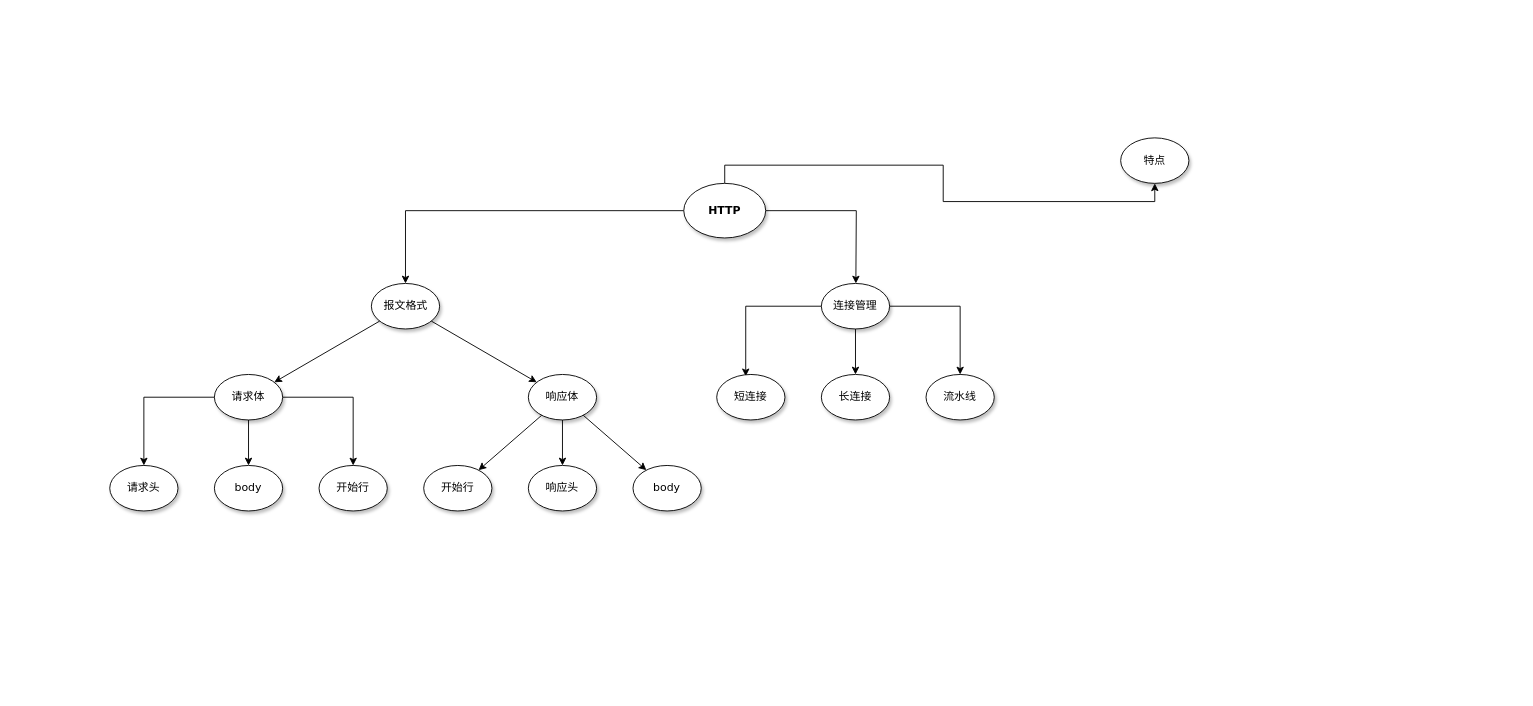
This is frontend/HTTP.drawio from Rockergmail/draw.io, a draw.io file, before an edit. Source tidied: cells renumbered, new cells numbered last; positions are measured from the earlier drawing's top-left corner, leaving out a move shared by most shapes. Both pictures are drawn from the tidied source at 91%, with x=0, y=0 at pixel (109, 137).
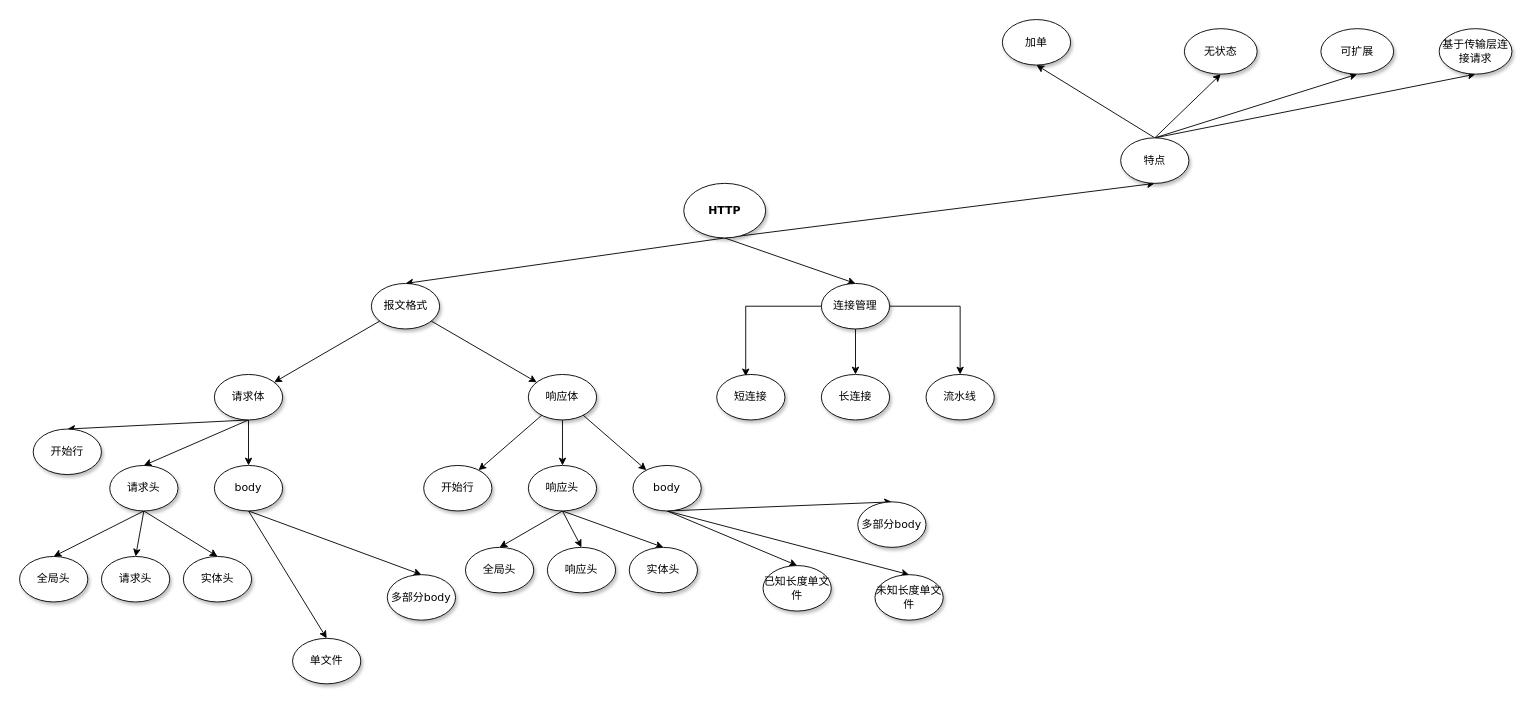
The same diagram, later.

The change refers to these unchanged cells:
```xml
<mxCell id="6" value="HTTP" style="ellipse;whiteSpace=wrap;html=1;rounded=0;shadow=1;comic=0;labelBackgroundColor=none;strokeWidth=1;fontFamily=Verdana;fontSize=12;align=center;fontStyle=1;" parent="1" vertex="1">
  <mxGeometry x="630.9" y="50" width="90" height="60" as="geometry" />
</mxCell>
<mxCell id="9" value="报文格式" style="ellipse;whiteSpace=wrap;html=1;rounded=0;shadow=1;comic=0;labelBackgroundColor=none;strokeWidth=1;fontFamily=Verdana;fontSize=12;align=center;" parent="1" vertex="1">
  <mxGeometry x="287.6" y="160" width="75" height="50" as="geometry" />
</mxCell>
<mxCell id="13" value="请求体" style="ellipse;whiteSpace=wrap;html=1;rounded=0;shadow=1;comic=0;labelBackgroundColor=none;strokeWidth=1;fontFamily=Verdana;fontSize=12;align=center;" parent="1" vertex="1">
  <mxGeometry x="115.1" y="260" width="75" height="50" as="geometry" />
</mxCell>
<mxCell id="14" value="请求头&lt;br&gt;" style="ellipse;whiteSpace=wrap;html=1;rounded=0;shadow=1;comic=0;labelBackgroundColor=none;strokeWidth=1;fontFamily=Verdana;fontSize=12;align=center;" parent="1" vertex="1">
  <mxGeometry x="0.1" y="360" width="75" height="50" as="geometry" />
</mxCell>
<mxCell id="15" value="body" style="ellipse;whiteSpace=wrap;html=1;rounded=0;shadow=1;comic=0;labelBackgroundColor=none;strokeWidth=1;fontFamily=Verdana;fontSize=12;align=center;" parent="1" vertex="1">
  <mxGeometry x="115.1" y="360" width="75" height="50" as="geometry" />
</mxCell>
<mxCell id="21" value="响应头" style="ellipse;whiteSpace=wrap;html=1;rounded=0;shadow=1;comic=0;labelBackgroundColor=none;strokeWidth=1;fontFamily=Verdana;fontSize=12;align=center;" parent="1" vertex="1">
  <mxGeometry x="460.1" y="360" width="75" height="50" as="geometry" />
</mxCell>
<mxCell id="22" value="body" style="ellipse;whiteSpace=wrap;html=1;rounded=0;shadow=1;comic=0;labelBackgroundColor=none;strokeWidth=1;fontFamily=Verdana;fontSize=12;align=center;" parent="1" vertex="1">
  <mxGeometry x="575.1" y="360" width="75" height="50" as="geometry" />
</mxCell>
<mxCell id="28" value="连接管理" style="ellipse;whiteSpace=wrap;html=1;rounded=0;shadow=1;comic=0;labelBackgroundColor=none;strokeWidth=1;fontFamily=Verdana;fontSize=12;align=center;" parent="1" vertex="1">
  <mxGeometry x="782.1" y="160" width="75" height="50" as="geometry" />
</mxCell>
<mxCell id="29" value="特点" style="ellipse;whiteSpace=wrap;html=1;rounded=0;shadow=1;comic=0;labelBackgroundColor=none;strokeWidth=1;fontFamily=Verdana;fontSize=12;align=center;" parent="1" vertex="1">
  <mxGeometry x="1111" width="75" height="50" as="geometry" />
</mxCell>
```

What changed in the source:
```diff
@@
-    <mxCell id="3" style="edgeStyle=orthogonalEdgeStyle;rounded=0;jettySize=auto;html=1;strokeColor=#000000;" parent="1" edge="1" source="6" target="9">
+    <mxCell id="3" style="edgeStyle=none;rounded=0;jettySize=auto;html=1;exitX=0.5;exitY=1;exitDx=0;exitDy=0;entryX=0.5;entryY=0;entryDx=0;entryDy=0;" parent="1" edge="1" source="6" target="9">
       <mxGeometry relative="1" as="geometry" />
     </mxCell>
-    <mxCell id="4" style="edgeStyle=orthogonalEdgeStyle;rounded=0;jettySize=auto;html=1;strokeColor=#000000;" parent="1" edge="1" source="6">
-      <mxGeometry relative="1" as="geometry">
-        <mxPoint x="820" y="160" as="targetPoint" />
-      </mxGeometry>
-    </mxCell>
+    <mxCell id="33" style="edgeStyle=none;rounded=0;jettySize=auto;html=1;exitX=0.5;exitY=1;exitDx=0;exitDy=0;entryX=0.5;entryY=0;entryDx=0;entryDy=0;" parent="1" edge="1" source="6" target="28">
+      <mxGeometry relative="1" as="geometry" />
+    </mxCell>
-    <mxCell id="5" style="edgeStyle=orthogonalEdgeStyle;rounded=0;jettySize=auto;html=1;exitX=0.5;exitY=0;exitDx=0;exitDy=0;entryX=0.5;entryY=1;entryDx=0;entryDy=0;strokeColor=#000000;" parent="1" edge="1" source="6" target="29">
+    <mxCell id="5" style="edgeStyle=none;rounded=0;jettySize=auto;html=1;exitX=0.5;exitY=1;exitDx=0;exitDy=0;entryX=0.5;entryY=1;entryDx=0;entryDy=0;" parent="1" edge="1" source="6" target="29">
       <mxGeometry relative="1" as="geometry" />
     </mxCell>
@@
+    <mxCell id="12" style="edgeStyle=none;rounded=0;jettySize=auto;html=1;exitX=0.5;exitY=1;exitDx=0;exitDy=0;entryX=0.5;entryY=0;entryDx=0;entryDy=0;" parent="1" edge="1" source="13" target="23">
+      <mxGeometry relative="1" as="geometry" />
+    </mxCell>
-    <mxCell id="10" style="edgeStyle=orthogonalEdgeStyle;rounded=0;jettySize=auto;html=1;exitDx=0;exitDy=0;entryDx=0;entryDy=0;strokeColor=#000000;" parent="1" edge="1" source="13" target="14">
+    <mxCell id="10" style="edgeStyle=none;rounded=0;jettySize=auto;html=1;exitX=0.5;exitY=1;exitDx=0;exitDy=0;entryX=0.5;entryY=0;entryDx=0;entryDy=0;" parent="1" edge="1" source="13" target="14">
       <mxGeometry relative="1" as="geometry" />
     </mxCell>
-    <mxCell id="11" style="edgeStyle=orthogonalEdgeStyle;rounded=0;jettySize=auto;html=1;exitDx=0;exitDy=0;entryDx=0;entryDy=0;strokeColor=#000000;" parent="1" edge="1" source="13" target="15">
+    <mxCell id="11" style="edgeStyle=none;rounded=0;jettySize=auto;html=1;exitX=0.5;exitY=1;exitDx=0;exitDy=0;entryX=0.5;entryY=0;entryDx=0;entryDy=0;" parent="1" edge="1" source="13" target="15">
       <mxGeometry relative="1" as="geometry" />
     </mxCell>
-    <mxCell id="12" style="edgeStyle=orthogonalEdgeStyle;rounded=0;jettySize=auto;html=1;exitDx=0;exitDy=0;entryDx=0;entryDy=0;strokeColor=#000000;" parent="1" edge="1" source="13" target="23">
-      <mxGeometry relative="1" as="geometry" />
-    </mxCell>
@@
+    <mxCell id="34" style="edgeStyle=none;rounded=0;jettySize=auto;html=1;exitX=0.5;exitY=1;exitDx=0;exitDy=0;entryX=0.5;entryY=0;entryDx=0;entryDy=0;" parent="1" edge="1" source="14" target="53">
+      <mxGeometry relative="1" as="geometry" />
+    </mxCell>
+    <mxCell id="35" style="edgeStyle=none;rounded=0;jettySize=auto;html=1;exitX=0.5;exitY=1;exitDx=0;exitDy=0;entryX=0.5;entryY=0;entryDx=0;entryDy=0;" parent="1" edge="1" source="14" target="54">
+      <mxGeometry relative="1" as="geometry" />
+    </mxCell>
+    <mxCell id="36" style="edgeStyle=none;rounded=0;jettySize=auto;html=1;exitX=0.5;exitY=1;exitDx=0;exitDy=0;entryX=0.5;entryY=0;entryDx=0;entryDy=0;" parent="1" edge="1" source="14" target="55">
+      <mxGeometry relative="1" as="geometry" />
+    </mxCell>
@@
+    <mxCell id="37" style="edgeStyle=none;rounded=0;jettySize=auto;html=1;exitX=0.5;exitY=1;exitDx=0;exitDy=0;entryX=0.5;entryY=0;entryDx=0;entryDy=0;" parent="1" edge="1" source="15" target="56">
+      <mxGeometry relative="1" as="geometry" />
+    </mxCell>
+    <mxCell id="38" style="edgeStyle=none;rounded=0;jettySize=auto;html=1;exitX=0.5;exitY=1;exitDx=0;exitDy=0;entryX=0.5;entryY=0;entryDx=0;entryDy=0;" parent="1" edge="1" source="15" target="57">
+      <mxGeometry relative="1" as="geometry" />
+    </mxCell>
@@
+    <mxCell id="39" style="edgeStyle=none;rounded=0;jettySize=auto;html=1;exitX=0.5;exitY=1;exitDx=0;exitDy=0;entryX=0.5;entryY=0;entryDx=0;entryDy=0;" parent="1" edge="1" source="21" target="58">
+      <mxGeometry relative="1" as="geometry" />
+    </mxCell>
+    <mxCell id="40" style="edgeStyle=none;rounded=0;jettySize=auto;html=1;exitX=0.5;exitY=1;exitDx=0;exitDy=0;entryX=0.5;entryY=0;entryDx=0;entryDy=0;" parent="1" edge="1" source="21" target="59">
+      <mxGeometry relative="1" as="geometry" />
+    </mxCell>
+    <mxCell id="41" style="edgeStyle=none;rounded=0;jettySize=auto;html=1;exitX=0.5;exitY=1;exitDx=0;exitDy=0;entryX=0.5;entryY=0;entryDx=0;entryDy=0;" parent="1" edge="1" source="21" target="60">
+      <mxGeometry relative="1" as="geometry" />
+    </mxCell>
@@
+    <mxCell id="42" style="edgeStyle=none;rounded=0;jettySize=auto;html=1;exitX=0.5;exitY=1;exitDx=0;exitDy=0;entryX=0.5;entryY=0;entryDx=0;entryDy=0;" parent="1" edge="1" source="22" target="61">
+      <mxGeometry relative="1" as="geometry" />
+    </mxCell>
+    <mxCell id="43" style="edgeStyle=none;rounded=0;jettySize=auto;html=1;exitX=0.5;exitY=1;exitDx=0;exitDy=0;entryX=0.5;entryY=0;entryDx=0;entryDy=0;" parent="1" edge="1" source="22" target="63">
+      <mxGeometry relative="1" as="geometry" />
+    </mxCell>
+    <mxCell id="44" style="edgeStyle=none;rounded=0;jettySize=auto;html=1;exitX=0.5;exitY=1;exitDx=0;exitDy=0;entryX=0.5;entryY=0;entryDx=0;entryDy=0;" parent="1" edge="1" source="22" target="62">
+      <mxGeometry relative="1" as="geometry" />
+    </mxCell>
@@
     <mxCell id="23" value="开始行" style="ellipse;whiteSpace=wrap;html=1;rounded=0;shadow=1;comic=0;labelBackgroundColor=none;strokeWidth=1;fontFamily=Verdana;fontSize=12;align=center;" parent="1" vertex="1">
-      <mxGeometry x="230.1" y="360" width="75" height="50" as="geometry" />
+      <mxGeometry x="-84" y="320" width="75" height="50" as="geometry" />
     </mxCell>
@@
+    <mxCell id="45" style="rounded=0;jettySize=auto;html=1;exitX=0.5;exitY=0;exitDx=0;exitDy=0;entryX=0.5;entryY=1;entryDx=0;entryDy=0;" parent="1" edge="1" source="29" target="49">
+      <mxGeometry relative="1" as="geometry" />
+    </mxCell>
+    <mxCell id="46" style="edgeStyle=none;rounded=0;jettySize=auto;html=1;exitX=0.5;exitY=0;exitDx=0;exitDy=0;entryX=0.5;entryY=1;entryDx=0;entryDy=0;" parent="1" edge="1" source="29" target="50">
+      <mxGeometry relative="1" as="geometry" />
+    </mxCell>
+    <mxCell id="47" style="edgeStyle=none;rounded=0;jettySize=auto;html=1;exitX=0.5;exitY=0;exitDx=0;exitDy=0;entryX=0.5;entryY=1;entryDx=0;entryDy=0;" parent="1" edge="1" source="29" target="51">
+      <mxGeometry relative="1" as="geometry" />
+    </mxCell>
+    <mxCell id="48" style="edgeStyle=none;rounded=0;jettySize=auto;html=1;exitX=0.5;exitY=0;exitDx=0;exitDy=0;entryX=0.5;entryY=1;entryDx=0;entryDy=0;" parent="1" edge="1" source="29" target="52">
+      <mxGeometry relative="1" as="geometry" />
+    </mxCell>
@@
+    <mxCell id="49" value="加单" style="ellipse;whiteSpace=wrap;html=1;rounded=0;shadow=1;comic=0;labelBackgroundColor=none;strokeWidth=1;fontFamily=Verdana;fontSize=12;align=center;" parent="1" vertex="1">
+      <mxGeometry x="981" y="-130" width="75" height="50" as="geometry" />
+    </mxCell>
+    <mxCell id="50" value="无状态" style="ellipse;whiteSpace=wrap;html=1;rounded=0;shadow=1;comic=0;labelBackgroundColor=none;strokeWidth=1;fontFamily=Verdana;fontSize=12;align=center;" parent="1" vertex="1">
+      <mxGeometry x="1181" y="-120" width="80" height="50" as="geometry" />
+    </mxCell>
+    <mxCell id="51" value="可扩展" style="ellipse;whiteSpace=wrap;html=1;rounded=0;shadow=1;comic=0;labelBackgroundColor=none;strokeWidth=1;fontFamily=Verdana;fontSize=12;align=center;" parent="1" vertex="1">
+      <mxGeometry x="1331" y="-120" width="80" height="50" as="geometry" />
+    </mxCell>
+    <mxCell id="52" value="基于传输层连接请求" style="ellipse;whiteSpace=wrap;html=1;rounded=0;shadow=1;comic=0;labelBackgroundColor=none;strokeWidth=1;fontFamily=Verdana;fontSize=12;align=center;" parent="1" vertex="1">
+      <mxGeometry x="1461" y="-120" width="80" height="50" as="geometry" />
+    </mxCell>
+    <mxCell id="53" value="全局头" style="ellipse;whiteSpace=wrap;html=1;rounded=0;shadow=1;comic=0;labelBackgroundColor=none;strokeWidth=1;fontFamily=Verdana;fontSize=12;align=center;" parent="1" vertex="1">
+      <mxGeometry x="-99" y="460" width="75" height="50" as="geometry" />
+    </mxCell>
+    <mxCell id="54" value="请求头" style="ellipse;whiteSpace=wrap;html=1;rounded=0;shadow=1;comic=0;labelBackgroundColor=none;strokeWidth=1;fontFamily=Verdana;fontSize=12;align=center;" parent="1" vertex="1">
+      <mxGeometry x="-9" y="460" width="75" height="50" as="geometry" />
+    </mxCell>
+    <mxCell id="55" value="实体头" style="ellipse;whiteSpace=wrap;html=1;rounded=0;shadow=1;comic=0;labelBackgroundColor=none;strokeWidth=1;fontFamily=Verdana;fontSize=12;align=center;" parent="1" vertex="1">
+      <mxGeometry x="81" y="460" width="75" height="50" as="geometry" />
+    </mxCell>
+    <mxCell id="56" value="单文件" style="ellipse;whiteSpace=wrap;html=1;rounded=0;shadow=1;comic=0;labelBackgroundColor=none;strokeWidth=1;fontFamily=Verdana;fontSize=12;align=center;" parent="1" vertex="1">
+      <mxGeometry x="201" y="550" width="75" height="50" as="geometry" />
+    </mxCell>
+    <mxCell id="57" value="多部分body" style="ellipse;whiteSpace=wrap;html=1;rounded=0;shadow=1;comic=0;labelBackgroundColor=none;strokeWidth=1;fontFamily=Verdana;fontSize=12;align=center;" parent="1" vertex="1">
+      <mxGeometry x="305.1" y="480" width="75" height="50" as="geometry" />
+    </mxCell>
+    <mxCell id="58" value="全局头" style="ellipse;whiteSpace=wrap;html=1;rounded=0;shadow=1;comic=0;labelBackgroundColor=none;strokeWidth=1;fontFamily=Verdana;fontSize=12;align=center;" parent="1" vertex="1">
+      <mxGeometry x="391" y="450" width="75" height="50" as="geometry" />
+    </mxCell>
+    <mxCell id="59" value="响应头" style="ellipse;whiteSpace=wrap;html=1;rounded=0;shadow=1;comic=0;labelBackgroundColor=none;strokeWidth=1;fontFamily=Verdana;fontSize=12;align=center;" parent="1" vertex="1">
+      <mxGeometry x="481" y="450" width="75" height="50" as="geometry" />
+    </mxCell>
+    <mxCell id="60" value="实体头" style="ellipse;whiteSpace=wrap;html=1;rounded=0;shadow=1;comic=0;labelBackgroundColor=none;strokeWidth=1;fontFamily=Verdana;fontSize=12;align=center;" parent="1" vertex="1">
+      <mxGeometry x="571" y="450" width="75" height="50" as="geometry" />
+    </mxCell>
+    <mxCell id="61" value="已知长度单文件" style="ellipse;whiteSpace=wrap;html=1;rounded=0;shadow=1;comic=0;labelBackgroundColor=none;strokeWidth=1;fontFamily=Verdana;fontSize=12;align=center;" parent="1" vertex="1">
+      <mxGeometry x="718" y="470" width="75" height="50" as="geometry" />
+    </mxCell>
+    <mxCell id="62" value="多部分body" style="ellipse;whiteSpace=wrap;html=1;rounded=0;shadow=1;comic=0;labelBackgroundColor=none;strokeWidth=1;fontFamily=Verdana;fontSize=12;align=center;" parent="1" vertex="1">
+      <mxGeometry x="822.1" y="400" width="75" height="50" as="geometry" />
+    </mxCell>
+    <mxCell id="63" value="未知长度单文件" style="ellipse;whiteSpace=wrap;html=1;rounded=0;shadow=1;comic=0;labelBackgroundColor=none;strokeWidth=1;fontFamily=Verdana;fontSize=12;align=center;" parent="1" vertex="1">
+      <mxGeometry x="841" y="480" width="75" height="50" as="geometry" />
+    </mxCell>
```
